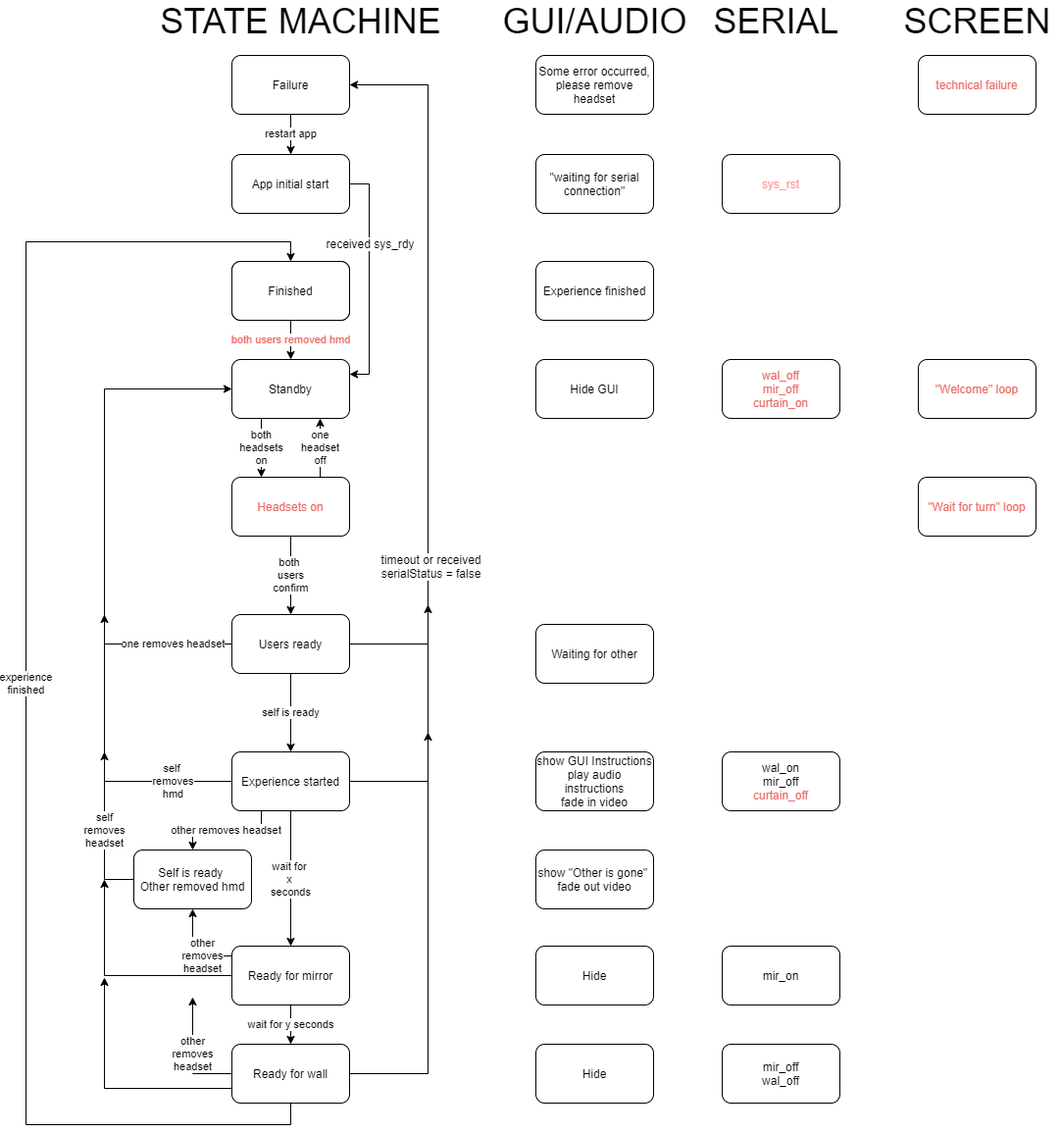
The draw.io diagram Docs/Technorama flow.png in BeAnotherLab/The-Machine-to-be-Another-Unity, before a commit. Source tidied: cells renumbered, new cells last; positions are measured from the earlier drawing's top-left corner, leaving out a move shared by most shapes.
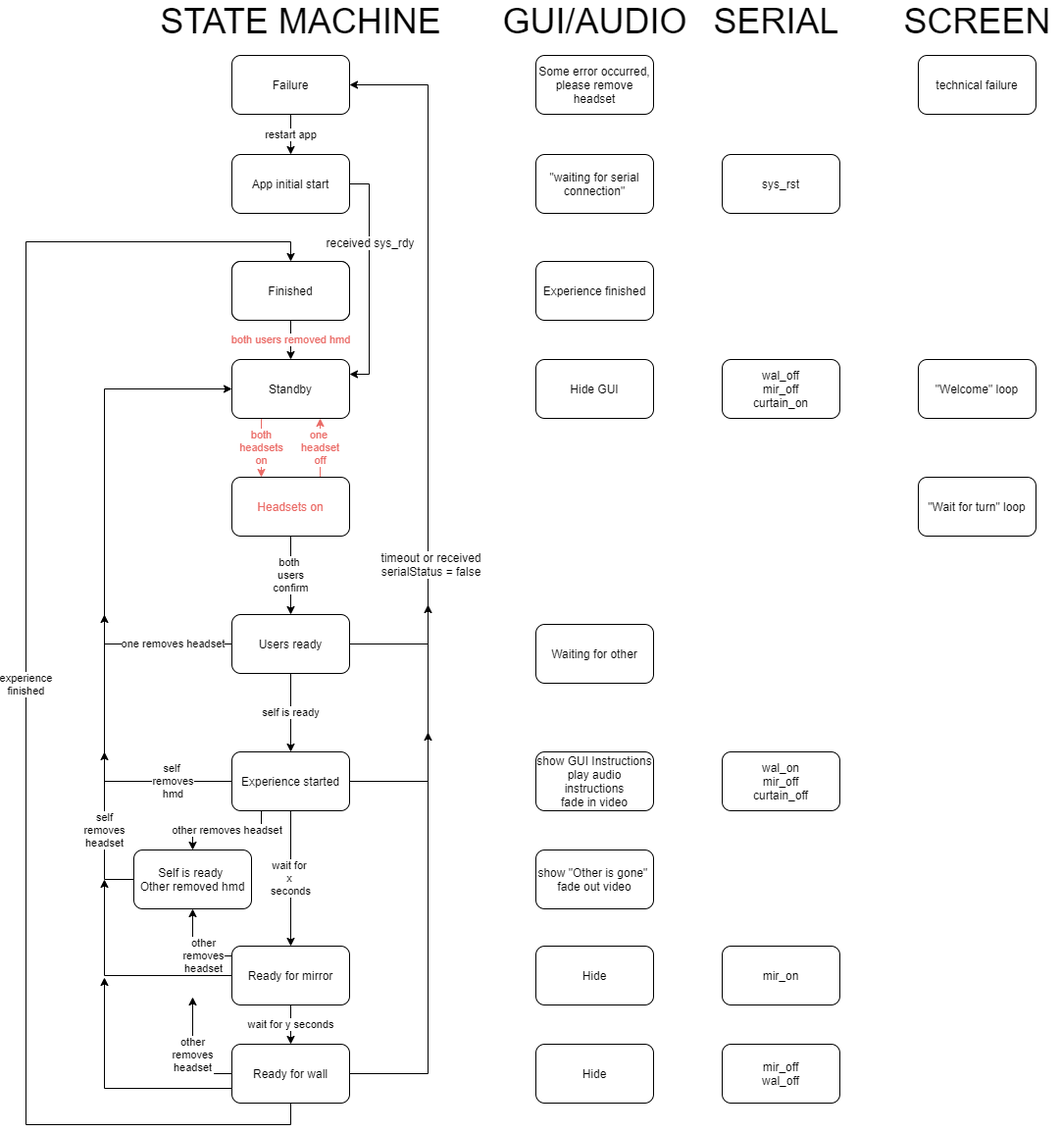
Later version of the same file.

Change to the diagram source:
```diff
@@ -8,7 +8,7 @@
     <mxCell id="3" value="Finished" style="rounded=1;whiteSpace=wrap;html=1;" parent="1" vertex="1">
       <mxGeometry x="210" y="260" width="120" height="60" as="geometry" />
     </mxCell>
-    <mxCell id="4" value="both&lt;br&gt;headsets&lt;br&gt;on" style="edgeStyle=orthogonalEdgeStyle;rounded=0;jettySize=auto;html=1;exitX=0.25;exitY=1;exitDx=0;exitDy=0;entryX=0.25;entryY=0;entryDx=0;entryDy=0;" parent="1" edge="1" source="5" target="56">
+    <mxCell id="4" value="&lt;font color=&quot;#ea6b66&quot;&gt;both&lt;br&gt;headsets&lt;br&gt;on&lt;/font&gt;" style="edgeStyle=orthogonalEdgeStyle;rounded=0;jettySize=auto;html=1;exitX=0.25;exitY=1;exitDx=0;exitDy=0;entryX=0.25;entryY=0;entryDx=0;entryDy=0;strokeColor=#EA6B66;" parent="1" edge="1" source="5" target="56">
       <mxGeometry relative="1" as="geometry" />
     </mxCell>
     <mxCell id="5" value="Standby" style="rounded=1;whiteSpace=wrap;html=1;" parent="1" vertex="1">
@@ -155,10 +155,10 @@
     <mxCell id="36" value="Hide" style="rounded=1;whiteSpace=wrap;html=1;" parent="1" vertex="1">
       <mxGeometry x="520" y="1058" width="120" height="60" as="geometry" />
     </mxCell>
-    <mxCell id="37" value="&lt;font color=&quot;#ea6b66&quot;&gt;wal_off&lt;br&gt;mir_off&lt;br&gt;curtain_on&lt;/font&gt;" style="rounded=1;whiteSpace=wrap;html=1;" parent="1" vertex="1">
+    <mxCell id="37" value="wal_off&lt;br&gt;mir_off&lt;br&gt;curtain_on" style="rounded=1;whiteSpace=wrap;html=1;" parent="1" vertex="1">
       <mxGeometry x="710" y="360" width="120" height="60" as="geometry" />
     </mxCell>
-    <mxCell id="38" value="&lt;div&gt;wal_on&lt;/div&gt;&lt;div&gt;mir_off&lt;br&gt;&lt;/div&gt;&lt;div&gt;&lt;font color=&quot;#ea6b66&quot;&gt;curtain_off&lt;/font&gt;&lt;/div&gt;" style="rounded=1;whiteSpace=wrap;html=1;" parent="1" vertex="1">
+    <mxCell id="38" value="&lt;div&gt;wal_on&lt;/div&gt;&lt;div&gt;mir_off&lt;br&gt;&lt;/div&gt;&lt;div&gt;curtain_off&lt;/div&gt;" style="rounded=1;whiteSpace=wrap;html=1;" parent="1" vertex="1">
       <mxGeometry x="710" y="760" width="120" height="60" as="geometry" />
     </mxCell>
     <mxCell id="39" value="mir_on" style="rounded=1;whiteSpace=wrap;html=1;" parent="1" vertex="1">
@@ -181,7 +181,7 @@
     <mxCell id="44" value="Finished" style="rounded=1;whiteSpace=wrap;html=1;" parent="1" vertex="1">
       <mxGeometry x="210" y="260" width="120" height="60" as="geometry" />
     </mxCell>
-    <mxCell id="45" value="&lt;font color=&quot;#FF9999&quot;&gt;sys_rst&lt;/font&gt;" style="rounded=1;whiteSpace=wrap;html=1;" parent="1" vertex="1">
+    <mxCell id="45" value="sys_rst" style="rounded=1;whiteSpace=wrap;html=1;" parent="1" vertex="1">
       <mxGeometry x="710" y="151" width="120" height="60" as="geometry" />
     </mxCell>
     <mxCell id="46" value="&quot;waiting for serial connection&quot;" style="rounded=1;whiteSpace=wrap;html=1;" parent="1" vertex="1">
@@ -199,16 +199,16 @@
     <mxCell id="50" value="&lt;font style=&quot;font-size: 36px&quot;&gt;SCREEN&lt;br&gt;&lt;/font&gt;" style="text;html=1;align=center;verticalAlign=middle;" parent="1" vertex="1">
       <mxGeometry x="885" width="170" height="30" as="geometry" />
     </mxCell>
-    <mxCell id="51" value="&lt;font color=&quot;#ea6b66&quot;&gt;&quot;Welcome&quot; loop&lt;/font&gt;" style="rounded=1;whiteSpace=wrap;html=1;" parent="1" vertex="1">
+    <mxCell id="51" value="&quot;Welcome&quot; loop" style="rounded=1;whiteSpace=wrap;html=1;" parent="1" vertex="1">
       <mxGeometry x="910" y="360" width="120" height="60" as="geometry" />
     </mxCell>
-    <mxCell id="52" value="&lt;span style=&quot;color: rgb(234 , 107 , 102) ; white-space: normal&quot;&gt;&quot;Wait for turn&quot; loop&lt;/span&gt;" style="rounded=1;whiteSpace=wrap;html=1;" parent="1" vertex="1">
+    <mxCell id="52" value="&lt;span style=&quot;white-space: normal&quot;&gt;&quot;Wait for turn&quot; loop&lt;/span&gt;" style="rounded=1;whiteSpace=wrap;html=1;" parent="1" vertex="1">
       <mxGeometry x="910" y="480" width="120" height="60" as="geometry" />
     </mxCell>
-    <mxCell id="53" value="&lt;font color=&quot;#ea6b66&quot;&gt;technical failure&lt;/font&gt;" style="rounded=1;whiteSpace=wrap;html=1;" parent="1" vertex="1">
+    <mxCell id="53" value="technical failure" style="rounded=1;whiteSpace=wrap;html=1;" parent="1" vertex="1">
       <mxGeometry x="910" y="50" width="120" height="60" as="geometry" />
     </mxCell>
-    <mxCell id="54" value="one&lt;br&gt;headset&lt;br&gt;off" style="edgeStyle=orthogonalEdgeStyle;rounded=0;jettySize=auto;html=1;exitX=0.75;exitY=0;exitDx=0;exitDy=0;entryX=0.75;entryY=1;entryDx=0;entryDy=0;" parent="1" edge="1" source="56" target="5">
+    <mxCell id="54" value="&lt;font color=&quot;#ea6b66&quot;&gt;one &lt;br&gt;headset&lt;br&gt;off&lt;/font&gt;" style="edgeStyle=orthogonalEdgeStyle;rounded=0;jettySize=auto;html=1;exitX=0.75;exitY=0;exitDx=0;exitDy=0;entryX=0.75;entryY=1;entryDx=0;entryDy=0;strokeColor=#EA6B66;" parent="1" edge="1" source="56" target="5">
       <mxGeometry relative="1" as="geometry" />
     </mxCell>
     <mxCell id="55" value="both&amp;nbsp;&lt;br&gt;users&lt;br&gt;confirm" style="edgeStyle=orthogonalEdgeStyle;rounded=0;jettySize=auto;html=1;" parent="1" edge="1" source="56" target="23">
```
